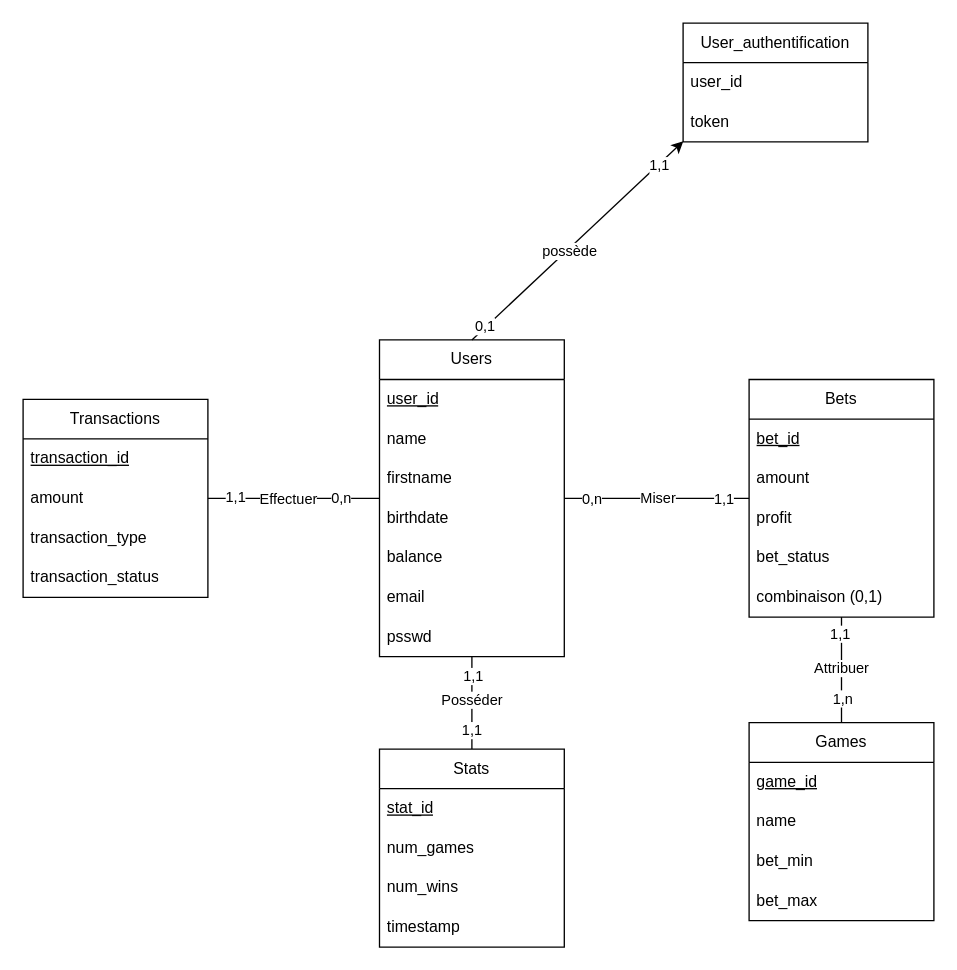
The draw.io diagram db/DB_entite.dio in Akanaifu/Dev-Web-2024, before the edit. Source tidied: cells renumbered, new cells numbered last; positions are measured from the earlier drawing's top-left corner, leaving out a move shared by most shapes. Both pictures are drawn from the tidied source at 132%, with x=0, y=0 at pixel (22, 22).
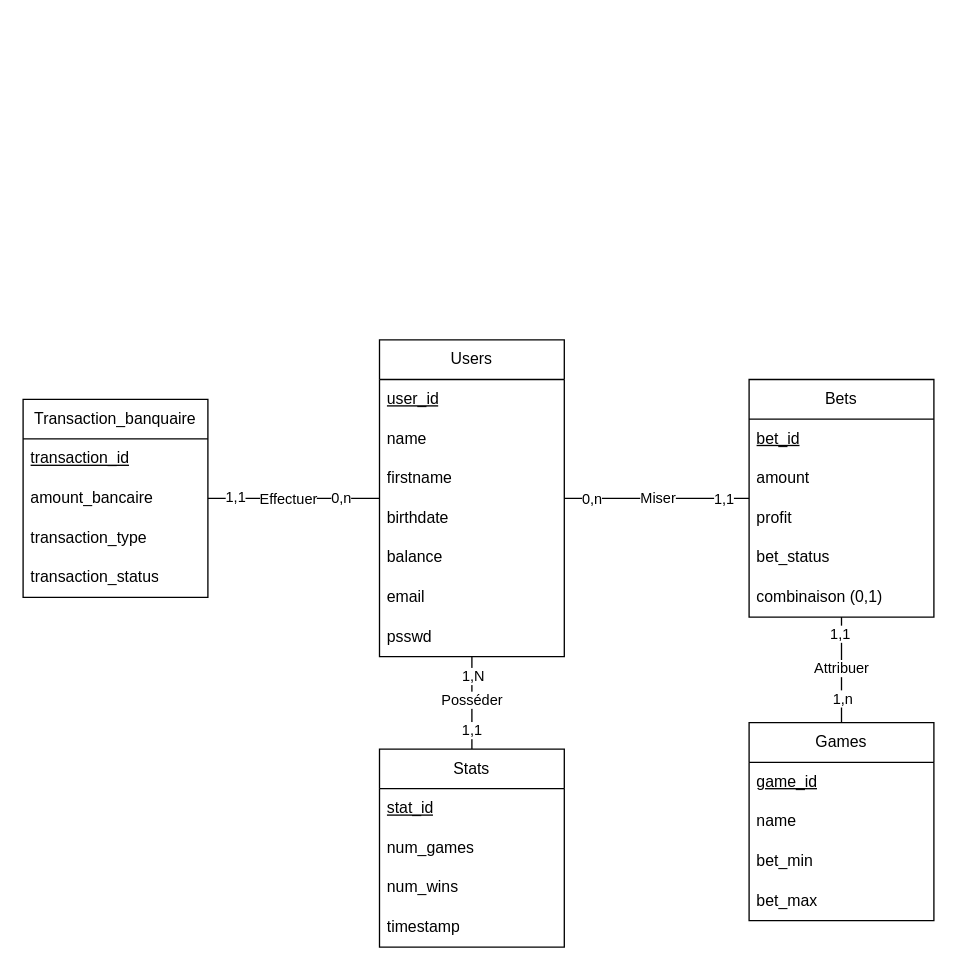
The same page after the edit.

Commit message (it also covers changes not shown here):
Refactor database schema diagram: updated swimlane properties, adjusted geometry dimensions, and improved edge connections for clarity and consistency.

The change refers to these unchanged cells:
```xml
<mxCell id="11" style="edgeStyle=none;html=1;endArrow=none;endFill=0;" parent="1" edge="1" source="15" target="20">
  <mxGeometry relative="1" as="geometry" />
</mxCell>
<mxCell id="20" value="Users" style="swimlane;fontStyle=0;horizontal=1;startSize=30;whiteSpace=wrap;html=1;" parent="1" vertex="1">
  <mxGeometry x="270" y="240" width="140" height="240" as="geometry" />
</mxCell>
```

What changed in the source:
```diff
@@
-    <mxCell id="6" value="Transactions" style="swimlane;fontStyle=0;horizontal=1;startSize=30;whiteSpace=wrap;html=1;" parent="1" vertex="1">
+    <mxCell id="6" value="Transaction_banquaire" style="swimlane;fontStyle=0;horizontal=1;startSize=30;whiteSpace=wrap;html=1;" parent="1" vertex="1">
       <mxGeometry y="285" width="140" height="150" as="geometry" />
     </mxCell>
@@
-    <mxCell id="8" value="amount" style="text;strokeColor=none;fillColor=none;align=left;verticalAlign=middle;spacingLeft=4;spacingRight=4;overflow=hidden;whiteSpace=wrap;html=1;" parent="6" vertex="1">
+    <mxCell id="8" value="amount_bancaire" style="text;strokeColor=none;fillColor=none;align=left;verticalAlign=middle;spacingLeft=4;spacingRight=4;overflow=hidden;whiteSpace=wrap;html=1;" parent="6" vertex="1">
       <mxGeometry y="60" width="140" height="30" as="geometry" />
     </mxCell>
@@
-    <mxCell id="13" value="1,1" style="edgeLabel;html=1;align=center;verticalAlign=middle;" parent="11" vertex="1">
+    <mxCell id="13" value="1,N" style="edgeLabel;html=1;align=center;verticalAlign=middle;" parent="11" vertex="1">
       <mxGeometry x="0.6" relative="1" as="geometry" />
     </mxCell>
@@
-    <mxCell id="47" style="edgeStyle=none;html=1;entryX=0.001;entryY=0.986;entryDx=0;entryDy=0;exitX=0.5;exitY=0;exitDx=0;exitDy=0;entryPerimeter=0;" parent="1" edge="1" source="20" target="53">
-      <mxGeometry relative="1" as="geometry" />
-    </mxCell>
-    <mxCell id="48" value="possède" style="edgeLabel;html=1;align=center;verticalAlign=middle;" parent="47" vertex="1">
-      <mxGeometry x="-0.09" y="-1" relative="1" as="geometry" />
-    </mxCell>
-    <mxCell id="49" value="0,1" style="edgeLabel;html=1;align=center;verticalAlign=middle;" parent="47" vertex="1">
-      <mxGeometry x="-0.87" y="1" relative="1" as="geometry" />
-    </mxCell>
-    <mxCell id="50" value="1,1" style="edgeLabel;html=1;align=center;verticalAlign=middle;" parent="47" vertex="1">
-      <mxGeometry x="0.77" relative="1" as="geometry" />
-    </mxCell>
-    <mxCell id="51" value="User_authentification" style="swimlane;fontStyle=0;horizontal=1;startSize=30;whiteSpace=wrap;html=1;" parent="1" vertex="1">
-      <mxGeometry x="500" width="140" height="90" as="geometry" />
-    </mxCell>
-    <mxCell id="52" value="user_id" style="text;strokeColor=none;fillColor=none;align=left;verticalAlign=middle;spacingLeft=4;spacingRight=4;overflow=hidden;whiteSpace=wrap;html=1;" parent="51" vertex="1">
-      <mxGeometry y="30" width="140" height="30" as="geometry" />
-    </mxCell>
-    <mxCell id="53" value="token" style="text;strokeColor=none;fillColor=none;align=left;verticalAlign=middle;spacingLeft=4;spacingRight=4;overflow=hidden;points=[[0,0.5],[1,0.5]];portConstraint=eastwest;whiteSpace=wrap;html=1;" parent="51" vertex="1">
-      <mxGeometry y="60" width="140" height="30" as="geometry" />
-    </mxCell>
```
